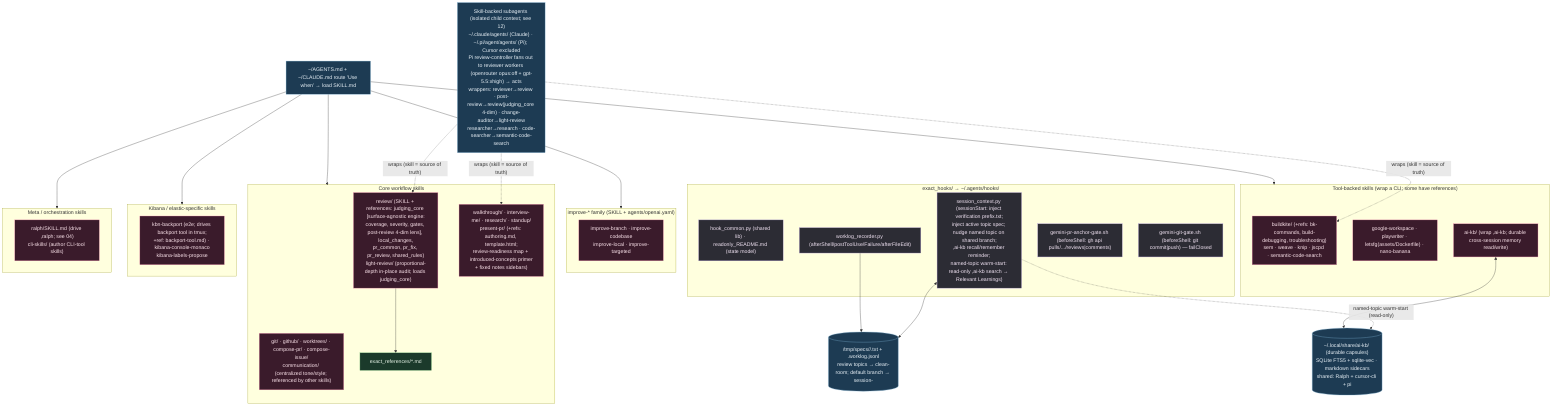
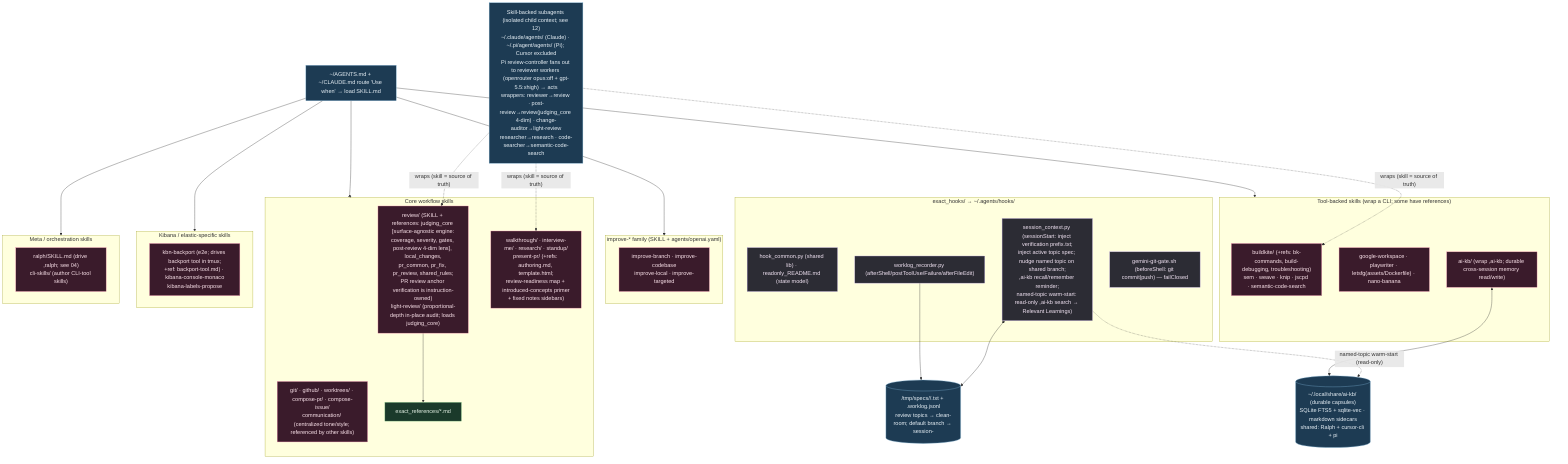
%% ============================================================================
- %% 03b-agent-skills-hooks.mmd — Every file under home/exact_dot_agents/ (60).
+ %% 03b-agent-skills-hooks.mmd — Every file under home/exact_dot_agents/ (59).
%% Skills → ~/.agents/skills/ (intent-routed SKILL.md). Shared hooks → ~/.agents/hooks/.
%% ============================================================================
flowchart TB
    classDef skill fill:#3a1b2b,stroke:#f48fb1,color:#fce4ec;
    classDef hook fill:#2c2c34,stroke:#b39ddb,color:#f3e5f5;
    classDef ref fill:#1b3a2b,stroke:#81c784,color:#e8f5e9;
    classDef data fill:#1d3b53,stroke:#7fb3d5,color:#eaf2f8;

    subgraph HOOKS["exact_hooks/ → ~/.agents/hooks/"]
        HC["hook_common.py (shared lib) · readonly_README.md (state model)"]:::hook
        SCx["session_context.py (sessionStart: inject verification prefix.txt;<br/>inject active topic spec; nudge named topic on shared branch;<br/>,ai-kb recall/remember reminder;<br/>named-topic warm-start: read-only ,ai-kb search → Relevant Learnings)"]:::hook
        WLx["worklog_recorder.py (afterShell/postToolUse/Failure/afterFileEdit)"]:::hook
-         PRG["gemini-pr-anchor-gate.sh (beforeShell: gh api pulls/.../reviews|comments)"]:::hook
        GG["gemini-git-gate.sh (beforeShell: git commit|push) — failClosed"]:::hook
    end

    MEM[("/tmp/specs/<pwd>/<topic>.txt + .worklog.jsonl<br/>review topics → clean-room; default branch → session-<id>")]:::data
    SCx <--> MEM
    WLx --> MEM

    KBDB[("~/.local/share/ai-kb/ (durable capsules)<br/>SQLite FTS5 + sqlite-vec · markdown sidecars<br/>shared: Ralph + cursor-cli + pi")]:::data
    SCx -. "named-topic warm-start (read-only)" .-> KBDB

    subgraph CORE["Core workflow skills"]
-         S1["review/ (SKILL + references: judging_core [surface-agnostic engine:<br/>coverage, severity, gates, post-review 4-dim lens], local_changes,<br/>pr_common, pr_fix, pr_review, shared_rules)<br/>light-review/ (proportional-depth in-place audit; loads judging_core)"]:::skill
+         S1["review/ (SKILL + references: judging_core [surface-agnostic engine:<br/>coverage, severity, gates, post-review 4-dim lens], local_changes,<br/>pr_common, pr_fix, pr_review, shared_rules;<br/>PR review anchor verification is instruction-owned)<br/>light-review/ (proportional-depth in-place audit; loads judging_core)"]:::skill
        S2["git/ · github/ · worktrees/ · compose-pr/ · compose-issue/<br/>communication/ (centralized tone/style; referenced by other skills)"]:::skill
        S3["walkthrough/ · interview-me/ · research/ · standup/<br/>present-pr/ (+refs: authoring.md, template.html;<br/>review-readiness map + introduced-concepts primer<br/>+ fixed notes sidebars)"]:::skill
        S1 --> R1["exact_references/*.md"]:::ref
    end

    subgraph IMPROVE["improve-* family (SKILL + agents/openai.yaml)"]
        S4["improve-branch · improve-codebase<br/>improve-local · improve-targeted"]:::skill
    end

    subgraph TOOLS["Tool-backed skills (wrap a CLI; some have references)"]
        S5["buildkite/ (+refs: bk-commands, build-debugging, troubleshooting)<br/>sem · weave · knip · jscpd · semantic-code-search"]:::skill
        S6["google-workspace · playwriter · letsfg(assets/Dockerfile) · nano-banana"]:::skill
        S7["ai-kb/ (wrap ,ai-kb; durable cross-session memory read/write)"]:::skill
    end

    subgraph KBN["Kibana / elastic-specific skills"]
        S8["kbn-backport (e2e; drives backport tool in tmux;<br/>+ref: backport-tool.md) · kibana-console-monaco<br/>kibana-labels-propose"]:::skill
    end

    subgraph META["Meta / orchestration skills"]
        S9["ralph/SKILL.md (drive ,ralph; see 04)<br/>cli-skills/ (author CLI-tool skills)"]:::skill
    end

    SOPS["~/AGENTS.md + ~/CLAUDE.md route 'Use when' → load SKILL.md"]:::data
    SOPS --> CORE & IMPROVE & TOOLS & KBN & META
    S7 <--> KBDB

    SUBA["Skill-backed subagents (isolated child context; see 12)<br/>~/.claude/agents/ (Claude) · ~/.pi/agent/agents/ (Pi); Cursor excluded<br/>Pi review-controller fans out to reviewer workers (openrouter opus:off + gpt-5.5:xhigh) → acts<br/>wrappers: reviewer→review · post-review→review(judging_core 4-dim) · change-auditor→light-review<br/>researcher→research · code-searcher→semantic-code-search"]:::data
    SUBA -.->|"wraps (skill = source of truth)"| S1 & S3 & S5
